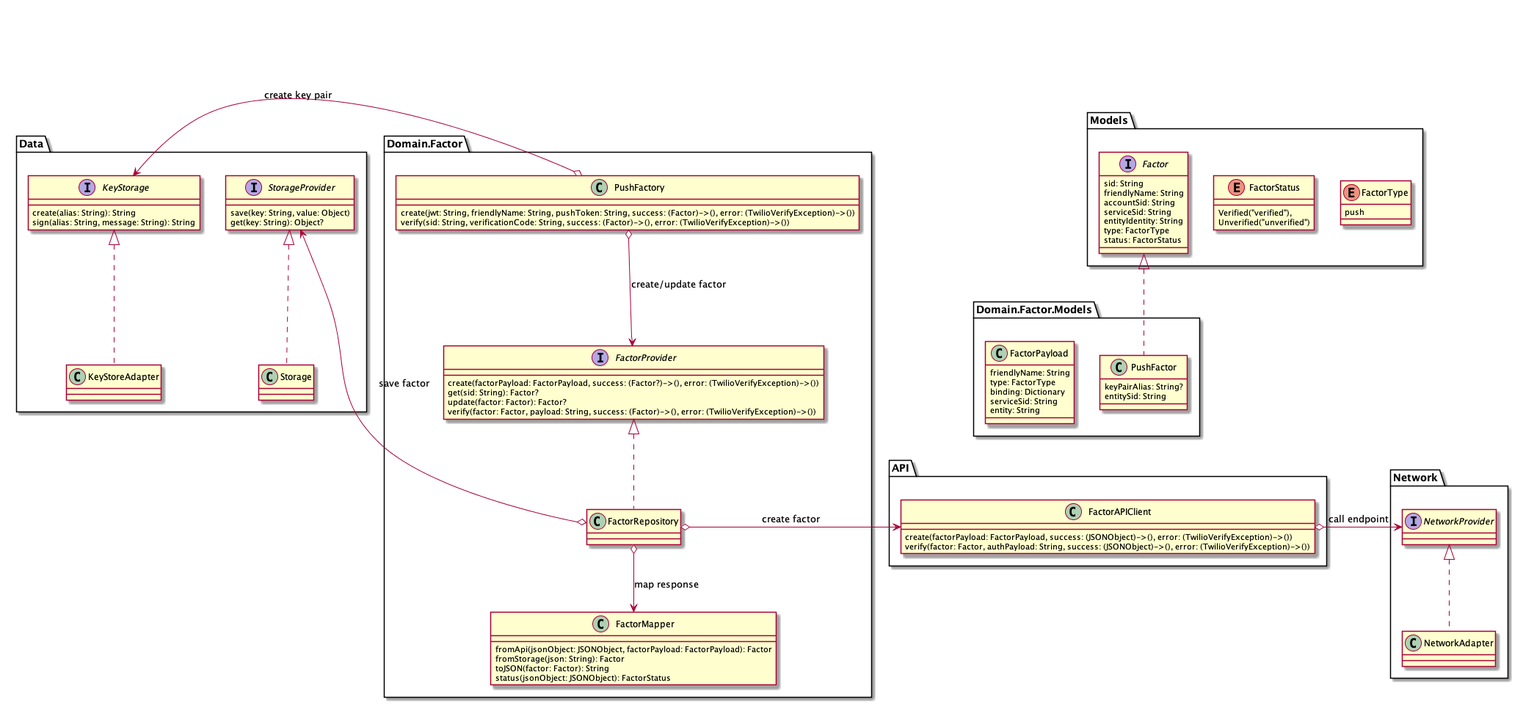
This is diagrams/CreatePushFactor/Create push factor.png from twilio/twilio-verify-android, a PlantUML export, as it was before one commit.
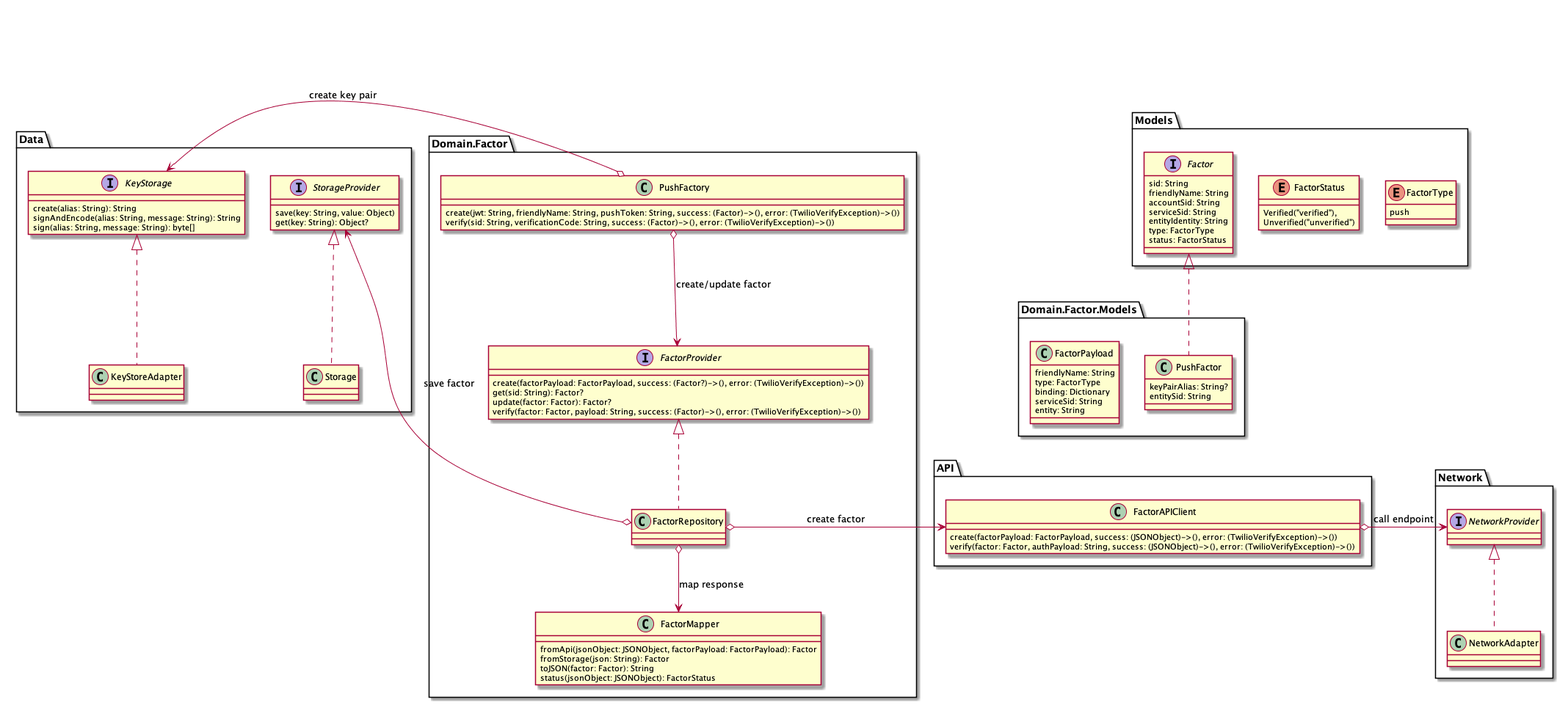
After the commit.

Change to the diagram source:
```diff
@@ -48,7 +48,8 @@
 }
 interface Data.KeyStorage {
     create(alias: String): String
-    sign(alias: String, message: String): String
+    signAndEncode(alias: String, message: String): String
+    sign(alias: String, message: String): byte[]
 }
 class Data.KeyStoreAdapter implements Data.KeyStorage {
 
```
